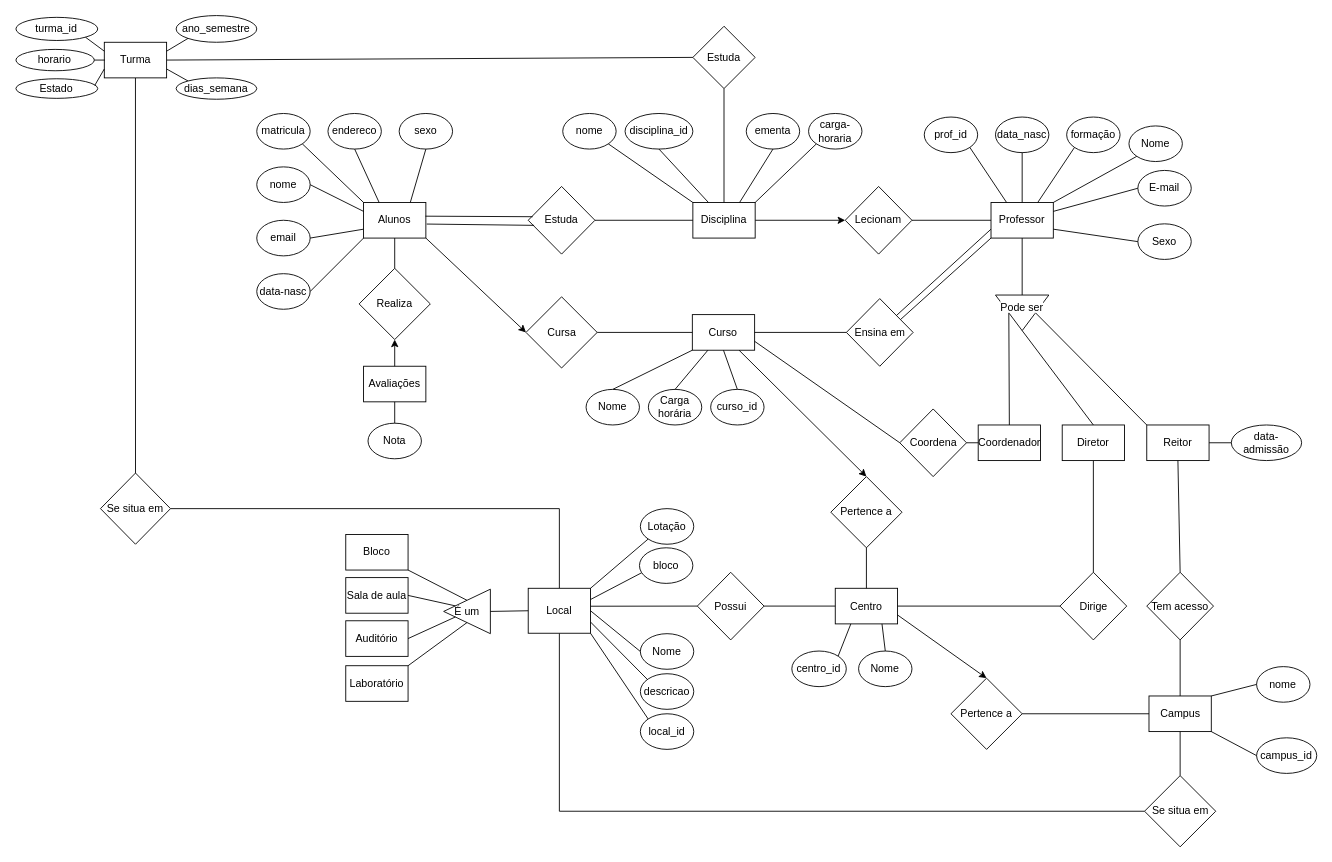
This is trabalho_1.drawio from Walrusbane524/Fundamentos-de-Bancos-de-Dados, a draw.io file, before an edit. Source tidied: cells renumbered, new cells numbered last; positions are measured from the earlier drawing's top-left corner, leaving out a move shared by most shapes. Both pictures are drawn from the tidied source at 89%, with x=0, y=0 at pixel (15, 15).
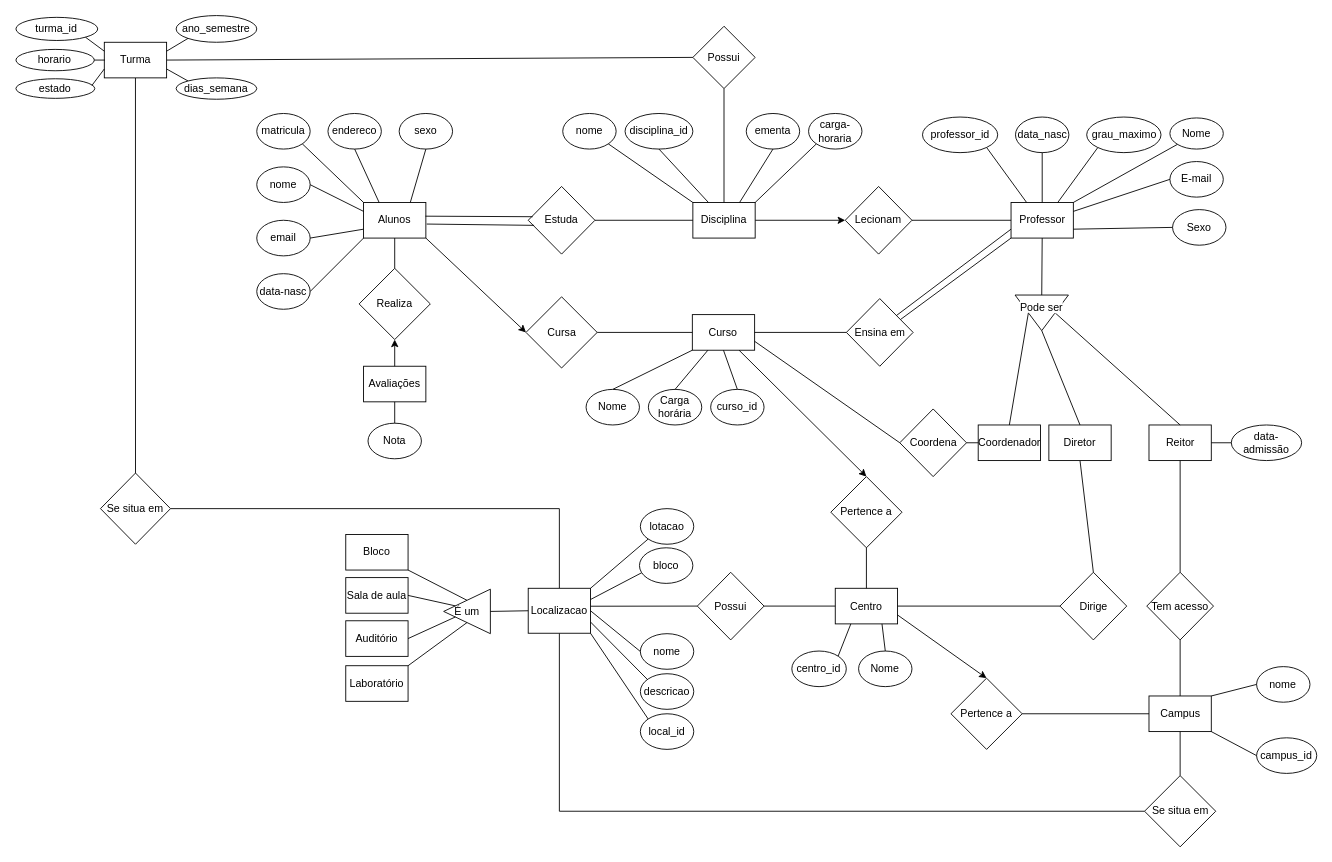
Above is the later version.

The change refers to these unchanged cells:
```xml
<mxCell id="47" value="Lecionam" style="rhombus;whiteSpace=wrap;html=1;" parent="1" vertex="1">
  <mxGeometry x="932.2" y="192" width="75" height="76" as="geometry" />
</mxCell>
```

Change to the diagram source:
```diff
@@
     <mxCell id="2" value="Professor" style="rounded=0;whiteSpace=wrap;html=1;" parent="1" vertex="1">
-      <mxGeometry x="1096" y="210" width="70" height="40" as="geometry" />
+      <mxGeometry x="1118.5" y="210" width="70" height="40" as="geometry" />
     </mxCell>
@@
-    <mxCell id="11" value="Local" style="rounded=0;whiteSpace=wrap;html=1;" parent="1" vertex="1">
+    <mxCell id="11" value="Localizacao" style="rounded=0;whiteSpace=wrap;html=1;" parent="1" vertex="1">
       <mxGeometry x="576" y="643.5" width="70" height="50.5" as="geometry" />
     </mxCell>
     <mxCell id="12" value="Nome" style="ellipse;whiteSpace=wrap;html=1;" parent="1" vertex="1">
-      <mxGeometry x="1251" y="124" width="60" height="40" as="geometry" />
+      <mxGeometry x="1297" y="115" width="60" height="35" as="geometry" />
     </mxCell>
-    <mxCell id="13" value="prof_id" style="ellipse;whiteSpace=wrap;html=1;" parent="1" vertex="1">
-      <mxGeometry x="1021" y="114" width="60" height="40" as="geometry" />
+    <mxCell id="13" value="professor_id" style="ellipse;whiteSpace=wrap;html=1;" parent="1" vertex="1">
+      <mxGeometry x="1019" y="114" width="84.5" height="40" as="geometry" />
     </mxCell>
     <mxCell id="14" value="E-mail" style="ellipse;whiteSpace=wrap;html=1;" parent="1" vertex="1">
-      <mxGeometry x="1261" y="174" width="60" height="40" as="geometry" />
+      <mxGeometry x="1297" y="164" width="60" height="40" as="geometry" />
     </mxCell>
     <mxCell id="15" value="Sexo" style="ellipse;whiteSpace=wrap;html=1;" parent="1" vertex="1">
-      <mxGeometry x="1261" y="234" width="60" height="40" as="geometry" />
+      <mxGeometry x="1300" y="218" width="60" height="40" as="geometry" />
     </mxCell>
     <mxCell id="16" value="data_nasc" style="ellipse;whiteSpace=wrap;html=1;" parent="1" vertex="1">
-      <mxGeometry x="1101" y="114" width="60" height="40" as="geometry" />
+      <mxGeometry x="1123.5" y="114" width="60" height="40" as="geometry" />
     </mxCell>
-    <mxCell id="17" value="formação" style="ellipse;whiteSpace=wrap;html=1;" parent="1" vertex="1">
-      <mxGeometry x="1181" y="114" width="60" height="40" as="geometry" />
+    <mxCell id="17" value="grau_maximo" style="ellipse;whiteSpace=wrap;html=1;" parent="1" vertex="1">
+      <mxGeometry x="1203.5" y="114" width="83.5" height="40" as="geometry" />
     </mxCell>
@@
-    <mxCell id="23" value="Nome" style="ellipse;whiteSpace=wrap;html=1;" parent="1" vertex="1">
+    <mxCell id="23" value="nome" style="ellipse;whiteSpace=wrap;html=1;" parent="1" vertex="1">
       <mxGeometry x="702" y="694.5" width="60" height="40" as="geometry" />
     </mxCell>
-    <mxCell id="24" value="Lotação" style="ellipse;whiteSpace=wrap;html=1;" parent="1" vertex="1">
+    <mxCell id="24" value="lotacao" style="ellipse;whiteSpace=wrap;html=1;" parent="1" vertex="1">
       <mxGeometry x="702" y="554" width="60" height="40" as="geometry" />
     </mxCell>
@@
     <mxCell id="39" value="Reitor" style="rounded=0;whiteSpace=wrap;html=1;" parent="1" vertex="1">
-      <mxGeometry x="1271" y="460" width="70" height="40" as="geometry" />
+      <mxGeometry x="1273.5" y="460" width="70" height="40" as="geometry" />
     </mxCell>
@@
-    <mxCell id="49" style="endArrow=none;html=1;rounded=0;strokeWidth=1;entryX=0;entryY=0.5;entryDx=0;entryDy=0;" parent="1" edge="1" source="47" target="2">
+    <mxCell id="49" style="endArrow=none;html=1;rounded=0;strokeWidth=1;entryX=0;entryY=0.5;entryDx=0;entryDy=0;exitX=1;exitY=0.5;exitDx=0;exitDy=0;" parent="1" edge="1" source="47" target="2">
       <mxGeometry relative="1" as="geometry" />
     </mxCell>
@@
-    <mxCell id="62" value="Estado" style="ellipse;whiteSpace=wrap;html=1;" parent="1" vertex="1">
-      <mxGeometry x="0.4" y="71" width="91.9" height="22" as="geometry" />
+    <mxCell id="62" value="estado" style="ellipse;whiteSpace=wrap;html=1;" parent="1" vertex="1">
+      <mxGeometry x="0.4" y="71" width="88.6" height="22" as="geometry" />
     </mxCell>
@@
-    <mxCell id="64" value="Estuda" style="rhombus;whiteSpace=wrap;html=1;" parent="1" vertex="1">
+    <mxCell id="64" value="Possui" style="rhombus;whiteSpace=wrap;html=1;" parent="1" vertex="1">
       <mxGeometry x="761" y="12" width="70" height="70" as="geometry" />
     </mxCell>
@@
+    <mxCell id="144" style="rounded=0;jettySize=auto;html=1;exitX=0.5;exitY=0;exitDx=0;exitDy=0;entryX=0.5;entryY=0;entryDx=0;entryDy=0;endArrow=none;endFill=0;" parent="1" edge="1" source="75" target="39">
+      <mxGeometry relative="1" as="geometry" />
+    </mxCell>
     <mxCell id="75" value="Pode ser" style="triangle;whiteSpace=wrap;html=1;flipH=1;direction=south;verticalAlign=top;labelBackgroundColor=default;" parent="1" vertex="1">
-      <mxGeometry x="1101" y="314" width="60" height="40" as="geometry" />
+      <mxGeometry x="1123" y="314" width="60" height="40" as="geometry" />
     </mxCell>
@@
-    <mxCell id="81" style="endArrow=none;html=1;rounded=0;strokeWidth=1;entryX=0.5;entryY=0;entryDx=0;entryDy=0;exitX=0;exitY=0;exitDx=0;exitDy=0;" parent="1" edge="1" source="39" target="75">
-      <mxGeometry relative="1" as="geometry" />
-    </mxCell>
@@
     <mxCell id="134" value="Diretor" style="rounded=0;whiteSpace=wrap;html=1;" parent="1" vertex="1">
-      <mxGeometry x="1176" y="460" width="70" height="40" as="geometry" />
+      <mxGeometry x="1161" y="460" width="70" height="40" as="geometry" />
     </mxCell>
```
